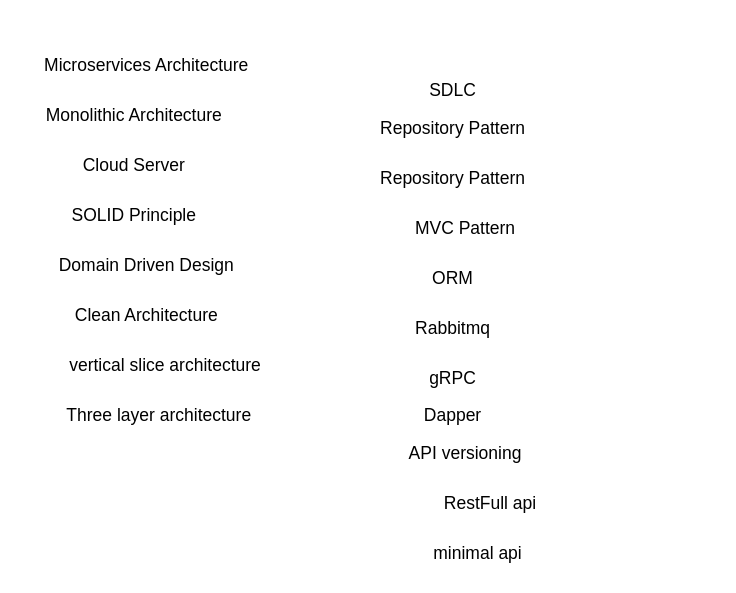
This is FlowOfAsking.drawio from walidulhasan/UML, a draw.io file, before an edit. Source tidied: cells renumbered, new cells numbered last; positions are measured from the earlier drawing's top-left corner, leaving out a move shared by most shapes. Both pictures are drawn from the tidied source at 125%, with x=0, y=0 at pixel (21, 46).
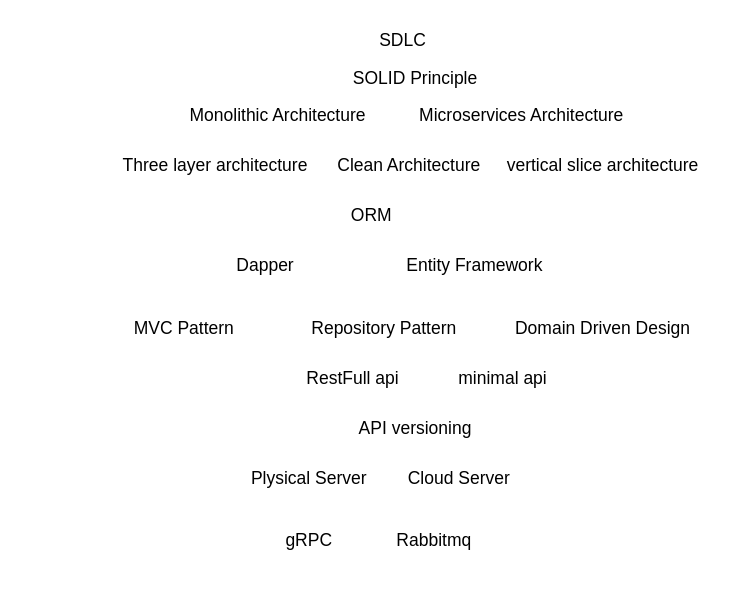
After the change.

What changed in the source:
```diff
@@
     <mxCell id="2" value="&lt;font style=&quot;font-size: 14px;&quot;&gt;Microservices Architecture&lt;/font&gt;" style="text;html=1;strokeColor=none;fillColor=none;align=center;verticalAlign=middle;whiteSpace=wrap;rounded=0;" parent="1" vertex="1">
-      <mxGeometry width="200" height="30" as="geometry" />
+      <mxGeometry x="300" y="40" width="200" height="30" as="geometry" />
     </mxCell>
     <mxCell id="3" value="&lt;font style=&quot;font-size: 14px;&quot;&gt;Monolithic Architecture&lt;/font&gt;" style="text;html=1;strokeColor=none;fillColor=none;align=center;verticalAlign=middle;whiteSpace=wrap;rounded=0;" parent="1" vertex="1">
-      <mxGeometry x="15" y="40" width="150" height="30" as="geometry" />
+      <mxGeometry x="130" y="40" width="150" height="30" as="geometry" />
     </mxCell>
     <mxCell id="4" value="&lt;font style=&quot;font-size: 14px;&quot;&gt;Cloud Server&lt;/font&gt;" style="text;html=1;strokeColor=none;fillColor=none;align=center;verticalAlign=middle;whiteSpace=wrap;rounded=0;" parent="1" vertex="1">
-      <mxGeometry x="15" y="80" width="150" height="30" as="geometry" />
+      <mxGeometry x="275" y="330" width="150" height="30" as="geometry" />
     </mxCell>
     <mxCell id="5" value="&lt;font style=&quot;font-size: 14px;&quot;&gt;SOLID Principle&lt;/font&gt;" style="text;html=1;strokeColor=none;fillColor=none;align=center;verticalAlign=middle;whiteSpace=wrap;rounded=0;" parent="1" vertex="1">
-      <mxGeometry x="15" y="120" width="150" height="30" as="geometry" />
+      <mxGeometry x="240" y="10" width="150" height="30" as="geometry" />
     </mxCell>
     <mxCell id="6" value="&lt;span style=&quot;font-size: 14px;&quot;&gt;Domain Driven Design&lt;/span&gt;" style="text;html=1;strokeColor=none;fillColor=none;align=center;verticalAlign=middle;whiteSpace=wrap;rounded=0;" parent="1" vertex="1">
-      <mxGeometry x="25" y="160" width="150" height="30" as="geometry" />
+      <mxGeometry x="390" y="210" width="150" height="30" as="geometry" />
     </mxCell>
     <mxCell id="7" value="&lt;span style=&quot;font-size: 14px;&quot;&gt;Clean Architecture&lt;/span&gt;" style="text;html=1;strokeColor=none;fillColor=none;align=center;verticalAlign=middle;whiteSpace=wrap;rounded=0;" parent="1" vertex="1">
-      <mxGeometry x="25" y="200" width="150" height="30" as="geometry" />
+      <mxGeometry x="235" y="80" width="150" height="30" as="geometry" />
     </mxCell>
     <mxCell id="8" value="&lt;font style=&quot;font-size: 14px;&quot;&gt;vertical slice architecture&lt;/font&gt;" style="text;html=1;strokeColor=none;fillColor=none;align=center;verticalAlign=middle;whiteSpace=wrap;rounded=0;" parent="1" vertex="1">
-      <mxGeometry x="25" y="240" width="180" height="30" as="geometry" />
+      <mxGeometry x="375" y="80" width="180" height="30" as="geometry" />
     </mxCell>
     <mxCell id="9" value="&lt;font style=&quot;font-size: 14px;&quot;&gt;Three layer architecture&lt;/font&gt;" style="text;html=1;strokeColor=none;fillColor=none;align=center;verticalAlign=middle;whiteSpace=wrap;rounded=0;" parent="1" vertex="1">
-      <mxGeometry x="20" y="280" width="180" height="30" as="geometry" />
+      <mxGeometry x="65" y="80" width="180" height="30" as="geometry" />
     </mxCell>
     <mxCell id="10" value="&lt;font style=&quot;font-size: 14px;&quot;&gt;SDLC&lt;/font&gt;" style="text;html=1;strokeColor=none;fillColor=none;align=center;verticalAlign=middle;whiteSpace=wrap;rounded=0;" parent="1" vertex="1">
-      <mxGeometry x="245" y="20" width="200" height="30" as="geometry" />
+      <mxGeometry x="205" y="-20" width="200" height="30" as="geometry" />
     </mxCell>
     <mxCell id="11" value="&lt;font style=&quot;font-size: 14px;&quot;&gt;Repository Pattern&lt;/font&gt;" style="text;html=1;strokeColor=none;fillColor=none;align=center;verticalAlign=middle;whiteSpace=wrap;rounded=0;" parent="1" vertex="1">
-      <mxGeometry x="245" y="50" width="200" height="30" as="geometry" />
+      <mxGeometry x="215" y="210" width="150" height="30" as="geometry" />
     </mxCell>
-    <mxCell id="12" value="&lt;font style=&quot;font-size: 14px;&quot;&gt;Repository Pattern&lt;/font&gt;" style="text;html=1;strokeColor=none;fillColor=none;align=center;verticalAlign=middle;whiteSpace=wrap;rounded=0;" parent="1" vertex="1">
-      <mxGeometry x="245" y="90" width="200" height="30" as="geometry" />
-    </mxCell>
     <mxCell id="13" value="&lt;font style=&quot;font-size: 14px;&quot;&gt;MVC Pattern&lt;/font&gt;" style="text;html=1;strokeColor=none;fillColor=none;align=center;verticalAlign=middle;whiteSpace=wrap;rounded=0;" parent="1" vertex="1">
-      <mxGeometry x="255" y="130" width="200" height="30" as="geometry" />
+      <mxGeometry x="75" y="210" width="110" height="30" as="geometry" />
     </mxCell>
     <mxCell id="14" value="&lt;font style=&quot;font-size: 14px;&quot;&gt;ORM&lt;/font&gt;" style="text;html=1;strokeColor=none;fillColor=none;align=center;verticalAlign=middle;whiteSpace=wrap;rounded=0;" parent="1" vertex="1">
-      <mxGeometry x="245" y="170" width="200" height="30" as="geometry" />
+      <mxGeometry x="240" y="120" width="80" height="30" as="geometry" />
     </mxCell>
     <mxCell id="15" value="&lt;font style=&quot;font-size: 14px;&quot;&gt;Rabbitmq&lt;/font&gt;" style="text;html=1;strokeColor=none;fillColor=none;align=center;verticalAlign=middle;whiteSpace=wrap;rounded=0;" parent="1" vertex="1">
-      <mxGeometry x="245" y="210" width="200" height="30" as="geometry" />
+      <mxGeometry x="230" y="380" width="200" height="30" as="geometry" />
     </mxCell>
     <mxCell id="16" value="&lt;span style=&quot;font-size: 14px;&quot;&gt;gRPC&lt;/span&gt;" style="text;html=1;strokeColor=none;fillColor=none;align=center;verticalAlign=middle;whiteSpace=wrap;rounded=0;" parent="1" vertex="1">
-      <mxGeometry x="245" y="250" width="200" height="30" as="geometry" />
+      <mxGeometry x="130" y="380" width="200" height="30" as="geometry" />
     </mxCell>
     <mxCell id="17" value="&lt;font style=&quot;font-size: 14px;&quot;&gt;Dapper&lt;/font&gt;" style="text;html=1;strokeColor=none;fillColor=none;align=center;verticalAlign=middle;whiteSpace=wrap;rounded=0;" parent="1" vertex="1">
-      <mxGeometry x="245" y="280" width="200" height="30" as="geometry" />
+      <mxGeometry x="145" y="160" width="100" height="30" as="geometry" />
     </mxCell>
     <mxCell id="18" value="&lt;font style=&quot;font-size: 14px;&quot;&gt;API versioning&lt;/font&gt;" style="text;html=1;strokeColor=none;fillColor=none;align=center;verticalAlign=middle;whiteSpace=wrap;rounded=0;" parent="1" vertex="1">
-      <mxGeometry x="255" y="310" width="200" height="30" as="geometry" />
+      <mxGeometry x="215" y="290" width="200" height="30" as="geometry" />
     </mxCell>
     <mxCell id="19" value="&lt;font style=&quot;font-size: 14px;&quot;&gt;RestFull api&lt;/font&gt;" style="text;html=1;strokeColor=none;fillColor=none;align=center;verticalAlign=middle;whiteSpace=wrap;rounded=0;" parent="1" vertex="1">
-      <mxGeometry x="275" y="350" width="200" height="30" as="geometry" />
+      <mxGeometry x="165" y="250" width="200" height="30" as="geometry" />
     </mxCell>
     <mxCell id="20" value="&lt;font style=&quot;font-size: 14px;&quot;&gt;minimal api&lt;/font&gt;" style="text;html=1;strokeColor=none;fillColor=none;align=center;verticalAlign=middle;whiteSpace=wrap;rounded=0;" parent="1" vertex="1">
-      <mxGeometry x="265" y="390" width="200" height="30" as="geometry" />
+      <mxGeometry x="285" y="250" width="200" height="30" as="geometry" />
     </mxCell>
+    <mxCell id="21" value="&lt;font style=&quot;font-size: 14px;&quot;&gt;Plysical Server&lt;/font&gt;" style="text;html=1;strokeColor=none;fillColor=none;align=center;verticalAlign=middle;whiteSpace=wrap;rounded=0;" parent="1" vertex="1">
+      <mxGeometry x="155" y="330" width="150" height="30" as="geometry" />
+    </mxCell>
+    <mxCell id="22" value="&lt;font style=&quot;font-size: 14px;&quot;&gt;Entity Framework&lt;/font&gt;" style="text;html=1;strokeColor=none;fillColor=none;align=center;verticalAlign=middle;whiteSpace=wrap;rounded=0;" parent="1" vertex="1">
+      <mxGeometry x="295" y="160" width="135" height="30" as="geometry" />
+    </mxCell>
```
